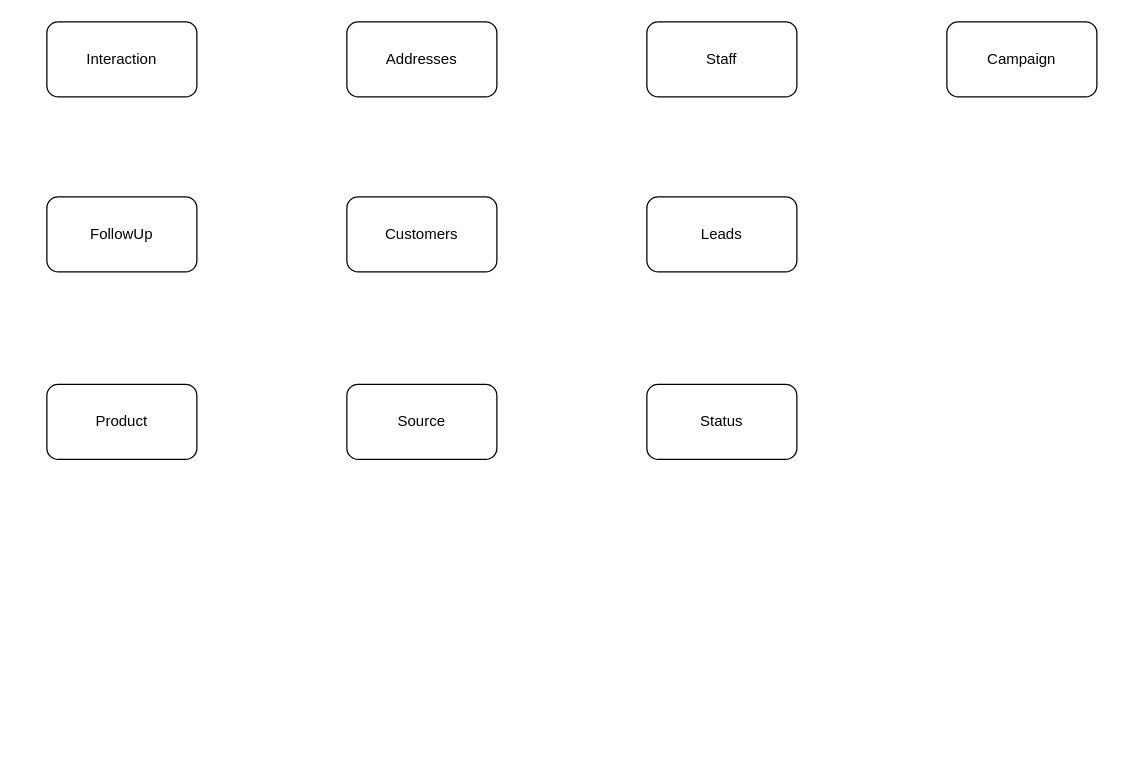
AnthonyEdward777/CRM-DBMS keeps this draw.io diagram as DBproject.drawio. Above is the earlier version. Source tidied: cells renumbered, new cells numbered last; positions are measured from the earlier drawing's top-left corner, leaving out a move shared by most shapes. Both pictures are drawn from the tidied source at 125%, with x=0, y=0 at pixel (46, 21).
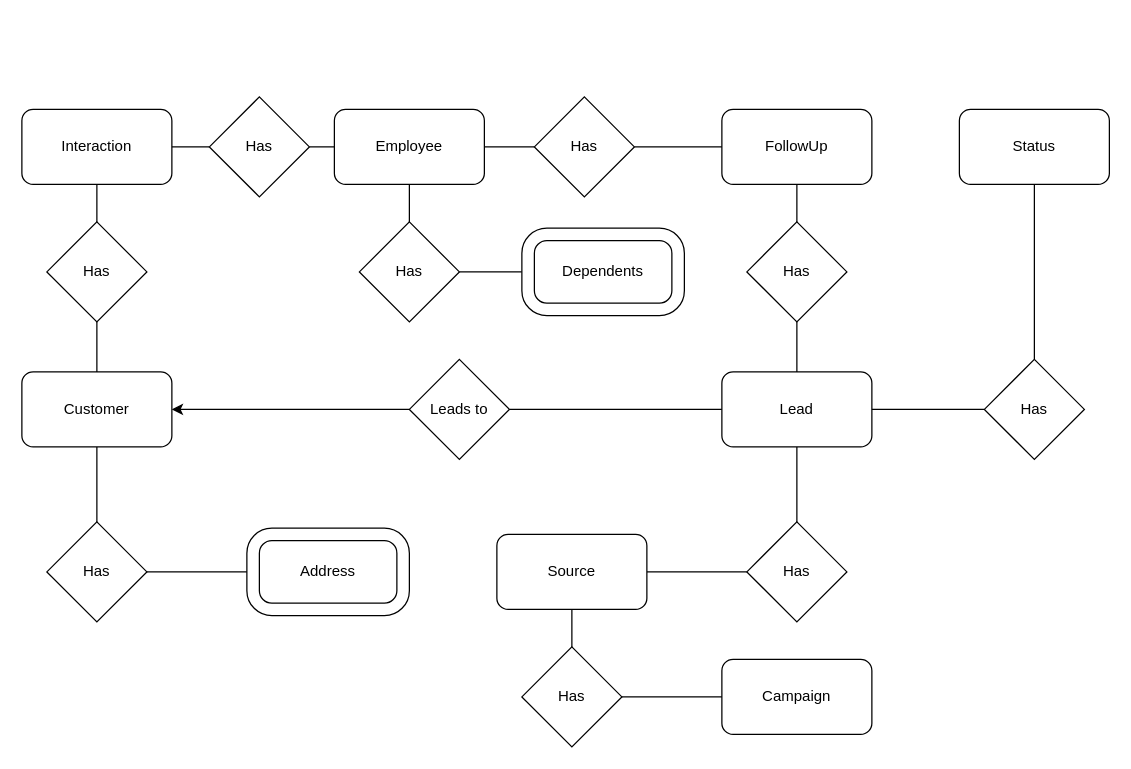
After the change.

Commit message:
Filled the main components of the ERD

Diff of the diagram source:
```diff
@@
-    <mxCell id="2" value="Customers" style="rounded=1;whiteSpace=wrap;html=1;" parent="1" vertex="1">
-      <mxGeometry x="240" y="140" width="120" height="60" as="geometry" />
+    <mxCell id="2" value="Customer" style="rounded=1;whiteSpace=wrap;html=1;" parent="1" vertex="1">
+      <mxGeometry x="-20" y="280" width="120" height="60" as="geometry" />
     </mxCell>
-    <mxCell id="3" value="Addresses" style="rounded=1;whiteSpace=wrap;html=1;" parent="1" vertex="1">
-      <mxGeometry x="240" width="120" height="60" as="geometry" />
+    <mxCell id="3" value="Address" style="rounded=1;whiteSpace=wrap;html=1;" parent="1" vertex="1">
+      <mxGeometry x="165" y="410" width="120" height="60" as="geometry" />
     </mxCell>
-    <mxCell id="4" value="Staff" style="rounded=1;whiteSpace=wrap;html=1;" parent="1" vertex="1">
-      <mxGeometry x="480" width="120" height="60" as="geometry" />
+    <mxCell id="4" value="Employee" style="rounded=1;whiteSpace=wrap;html=1;" parent="1" vertex="1">
+      <mxGeometry x="230" y="70" width="120" height="60" as="geometry" />
     </mxCell>
-    <mxCell id="5" value="Leads" style="rounded=1;whiteSpace=wrap;html=1;" parent="1" vertex="1">
-      <mxGeometry x="480" y="140" width="120" height="60" as="geometry" />
+    <mxCell id="5" value="Lead" style="rounded=1;whiteSpace=wrap;html=1;" parent="1" vertex="1">
+      <mxGeometry x="540" y="280" width="120" height="60" as="geometry" />
     </mxCell>
-    <mxCell id="6" value="Source" style="rounded=1;whiteSpace=wrap;html=1;" parent="1" vertex="1">
-      <mxGeometry x="240" y="290" width="120" height="60" as="geometry" />
-    </mxCell>
     <mxCell id="7" value="Status" style="rounded=1;whiteSpace=wrap;html=1;" parent="1" vertex="1">
-      <mxGeometry x="480" y="290" width="120" height="60" as="geometry" />
+      <mxGeometry x="730" y="70" width="120" height="60" as="geometry" />
     </mxCell>
     <mxCell id="8" value="Interaction" style="rounded=1;whiteSpace=wrap;html=1;" parent="1" vertex="1">
-      <mxGeometry width="120" height="60" as="geometry" />
+      <mxGeometry x="-20" y="70" width="120" height="60" as="geometry" />
     </mxCell>
     <mxCell id="9" value="FollowUp" style="rounded=1;whiteSpace=wrap;html=1;" parent="1" vertex="1">
-      <mxGeometry y="140" width="120" height="60" as="geometry" />
+      <mxGeometry x="540" y="70" width="120" height="60" as="geometry" />
     </mxCell>
-    <mxCell id="10" value="Product" style="rounded=1;whiteSpace=wrap;html=1;" parent="1" vertex="1">
-      <mxGeometry y="290" width="120" height="60" as="geometry" />
-    </mxCell>
     <mxCell id="11" value="Campaign" style="rounded=1;whiteSpace=wrap;html=1;" parent="1" vertex="1">
-      <mxGeometry x="720" width="120" height="60" as="geometry" />
+      <mxGeometry x="540" y="510" width="120" height="60" as="geometry" />
     </mxCell>
+    <mxCell id="12" value="Has" style="rhombus;whiteSpace=wrap;html=1;" parent="1" vertex="1">
+      <mxGeometry y="400" width="80" height="80" as="geometry" />
+    </mxCell>
+    <mxCell id="13" style="endArrow=none;html=1;rounded=0;entryX=0.5;entryY=1;entryDx=0;entryDy=0;exitX=0.5;exitY=0;exitDx=0;exitDy=0;" parent="1" edge="1" source="12" target="2">
+      <mxGeometry relative="1" as="geometry" />
+    </mxCell>
+    <mxCell id="14" style="endArrow=none;html=1;rounded=0;exitX=0;exitY=0.5;exitDx=0;exitDy=0;entryX=1;entryY=0.5;entryDx=0;entryDy=0;" parent="1" edge="1" source="3" target="12">
+      <mxGeometry relative="1" as="geometry" />
+    </mxCell>
+    <mxCell id="15" value="Has" style="rhombus;whiteSpace=wrap;html=1;" parent="1" vertex="1">
+      <mxGeometry x="560" y="400" width="80" height="80" as="geometry" />
+    </mxCell>
+    <mxCell id="16" style="endArrow=none;html=1;rounded=0;exitX=0.5;exitY=1;exitDx=0;exitDy=0;" parent="1" edge="1" source="5" target="15">
+      <mxGeometry relative="1" as="geometry" />
+    </mxCell>
+    <mxCell id="17" style="endArrow=none;html=1;rounded=0;exitX=1;exitY=0.5;exitDx=0;exitDy=0;" parent="1" edge="1" source="6" target="15">
+      <mxGeometry relative="1" as="geometry" />
+    </mxCell>
+    <mxCell id="18" value="Has" style="rhombus;whiteSpace=wrap;html=1;" parent="1" vertex="1">
+      <mxGeometry x="750" y="270" width="80" height="80" as="geometry" />
+    </mxCell>
+    <mxCell id="19" style="endArrow=none;html=1;rounded=0;exitX=0;exitY=0.5;exitDx=0;exitDy=0;entryX=1;entryY=0.5;entryDx=0;entryDy=0;" parent="1" edge="1" source="18" target="5">
+      <mxGeometry relative="1" as="geometry" />
+    </mxCell>
+    <mxCell id="20" style="endArrow=none;html=1;rounded=0;exitX=0.5;exitY=1;exitDx=0;exitDy=0;entryX=0.5;entryY=0;entryDx=0;entryDy=0;" parent="1" edge="1" source="7" target="18">
+      <mxGeometry relative="1" as="geometry" />
+    </mxCell>
+    <mxCell id="21" value="Has" style="rhombus;whiteSpace=wrap;html=1;" parent="1" vertex="1">
+      <mxGeometry x="130" y="60" width="80" height="80" as="geometry" />
+    </mxCell>
+    <mxCell id="22" style="endArrow=none;html=1;rounded=0;entryX=1;entryY=0.5;entryDx=0;entryDy=0;exitX=0;exitY=0.5;exitDx=0;exitDy=0;" parent="1" edge="1" source="4" target="21">
+      <mxGeometry relative="1" as="geometry" />
+    </mxCell>
+    <mxCell id="23" style="endArrow=none;html=1;rounded=0;entryX=0;entryY=0.5;entryDx=0;entryDy=0;" parent="1" edge="1" source="8" target="21">
+      <mxGeometry relative="1" as="geometry" />
+    </mxCell>
+    <mxCell id="24" value="Has" style="rhombus;whiteSpace=wrap;html=1;" parent="1" vertex="1">
+      <mxGeometry y="160" width="80" height="80" as="geometry" />
+    </mxCell>
+    <mxCell id="25" style="endArrow=none;html=1;rounded=0;entryX=0.5;entryY=1;entryDx=0;entryDy=0;exitX=0.5;exitY=0;exitDx=0;exitDy=0;" parent="1" edge="1" source="24" target="8">
+      <mxGeometry relative="1" as="geometry" />
+    </mxCell>
+    <mxCell id="26" style="endArrow=none;html=1;rounded=0;entryX=0.5;entryY=1;entryDx=0;entryDy=0;exitX=0.5;exitY=0;exitDx=0;exitDy=0;" parent="1" edge="1" source="2" target="24">
+      <mxGeometry relative="1" as="geometry" />
+    </mxCell>
+    <mxCell id="27" value="Has" style="rhombus;whiteSpace=wrap;html=1;" parent="1" vertex="1">
+      <mxGeometry x="380" y="500" width="80" height="80" as="geometry" />
+    </mxCell>
+    <mxCell id="28" style="endArrow=none;html=1;rounded=0;entryX=0;entryY=0.5;entryDx=0;entryDy=0;exitX=1;exitY=0.5;exitDx=0;exitDy=0;" parent="1" edge="1" source="27" target="11">
+      <mxGeometry relative="1" as="geometry" />
+    </mxCell>
+    <mxCell id="29" value="Has" style="rhombus;whiteSpace=wrap;html=1;" parent="1" vertex="1">
+      <mxGeometry x="390" y="60" width="80" height="80" as="geometry" />
+    </mxCell>
+    <mxCell id="30" style="endArrow=none;html=1;rounded=0;entryX=1;entryY=0.5;entryDx=0;entryDy=0;exitX=0;exitY=0.5;exitDx=0;exitDy=0;" parent="1" edge="1" source="29" target="4">
+      <mxGeometry relative="1" as="geometry" />
+    </mxCell>
+    <mxCell id="31" value="Has" style="rhombus;whiteSpace=wrap;html=1;" parent="1" vertex="1">
+      <mxGeometry x="560" y="160" width="80" height="80" as="geometry" />
+    </mxCell>
+    <mxCell id="32" style="endArrow=none;html=1;rounded=0;entryX=0.5;entryY=0;entryDx=0;entryDy=0;exitX=0.5;exitY=1;exitDx=0;exitDy=0;" parent="1" edge="1" source="31" target="5">
+      <mxGeometry relative="1" as="geometry" />
+    </mxCell>
+    <mxCell id="33" style="endArrow=none;html=1;rounded=0;entryX=0.5;entryY=0;entryDx=0;entryDy=0;exitX=0.5;exitY=1;exitDx=0;exitDy=0;" parent="1" edge="1" source="9" target="31">
+      <mxGeometry relative="1" as="geometry" />
+    </mxCell>
+    <mxCell id="34" style="verticalLabelPosition=bottom;verticalAlign=top;html=1;shape=mxgraph.basic.rounded_frame;dx=10;whiteSpace=wrap;" parent="1" vertex="1">
+      <mxGeometry x="160" y="405" width="130" height="70" as="geometry" />
+    </mxCell>
+    <mxCell id="6" value="Source" style="rounded=1;whiteSpace=wrap;html=1;" parent="1" vertex="1">
+      <mxGeometry x="360" y="410" width="120" height="60" as="geometry" />
+    </mxCell>
+    <mxCell id="35" style="endArrow=none;html=1;rounded=0;entryX=1;entryY=0.5;entryDx=0;entryDy=0;exitX=0;exitY=0.5;exitDx=0;exitDy=0;" parent="1" edge="1" source="9" target="29">
+      <mxGeometry relative="1" as="geometry" />
+    </mxCell>
+    <mxCell id="36" value="Has" style="rhombus;whiteSpace=wrap;html=1;" parent="1" vertex="1">
+      <mxGeometry x="250" y="160" width="80" height="80" as="geometry" />
+    </mxCell>
+    <mxCell id="37" style="endArrow=none;html=1;rounded=0;entryX=0.5;entryY=1;entryDx=0;entryDy=0;exitX=0.5;exitY=0;exitDx=0;exitDy=0;" parent="1" edge="1" source="36" target="4">
+      <mxGeometry relative="1" as="geometry" />
+    </mxCell>
+    <mxCell id="38" style="endArrow=none;html=1;rounded=0;entryX=1;entryY=0.5;entryDx=0;entryDy=0;exitX=0;exitY=0.5;exitDx=0;exitDy=0;exitPerimeter=0;" parent="1" edge="1" source="40" target="36">
+      <mxGeometry relative="1" as="geometry" />
+    </mxCell>
+    <mxCell id="39" value="Dependents" style="rounded=1;whiteSpace=wrap;html=1;" parent="1" vertex="1">
+      <mxGeometry x="385" y="170" width="120" height="60" as="geometry" />
+    </mxCell>
+    <mxCell id="40" style="verticalLabelPosition=bottom;verticalAlign=top;html=1;shape=mxgraph.basic.rounded_frame;dx=10;whiteSpace=wrap;" parent="1" vertex="1">
+      <mxGeometry x="380" y="165" width="130" height="70" as="geometry" />
+    </mxCell>
+    <mxCell id="41" value="Leads to" style="rhombus;whiteSpace=wrap;html=1;" parent="1" vertex="1">
+      <mxGeometry x="290" y="270" width="80" height="80" as="geometry" />
+    </mxCell>
+    <mxCell id="42" style="endArrow=classic;html=1;rounded=0;entryX=1;entryY=0.5;entryDx=0;entryDy=0;exitX=0;exitY=0.5;exitDx=0;exitDy=0;" parent="1" edge="1" source="41" target="2">
+      <mxGeometry relative="1" as="geometry" />
+    </mxCell>
+    <mxCell id="43" style="endArrow=none;html=1;rounded=0;exitX=1;exitY=0.5;exitDx=0;exitDy=0;entryX=0;entryY=0.5;entryDx=0;entryDy=0;" parent="1" edge="1" source="41" target="5">
+      <mxGeometry relative="1" as="geometry" />
+    </mxCell>
+    <mxCell id="44" style="endArrow=none;html=1;rounded=0;entryX=0.5;entryY=1;entryDx=0;entryDy=0;" parent="1" edge="1" source="27" target="6">
+      <mxGeometry relative="1" as="geometry" />
+    </mxCell>
```
